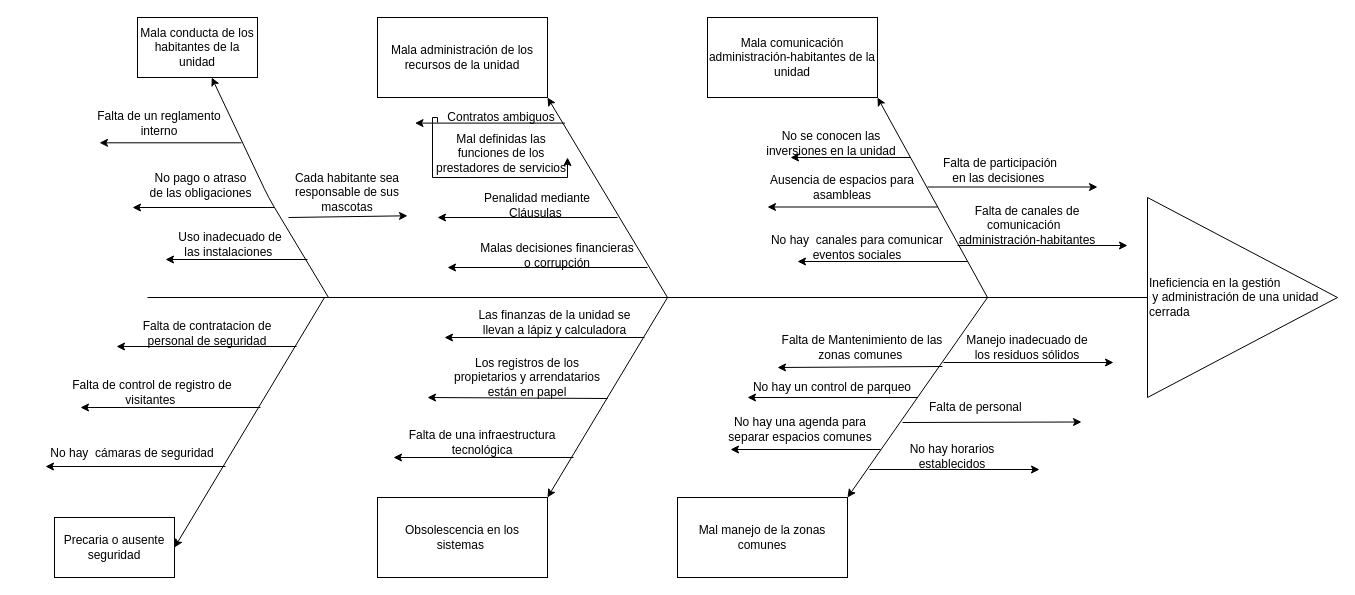
This is Fishbone.drawio from mnivia/Administracion-unidades-cerradas, a draw.io file, before an edit. Source tidied: cells renumbered, new cells numbered last; positions are measured from the earlier drawing's top-left corner, leaving out a move shared by most shapes. Both pictures are drawn from the tidied source at 100%, with x=0, y=0 at pixel (17, 17).
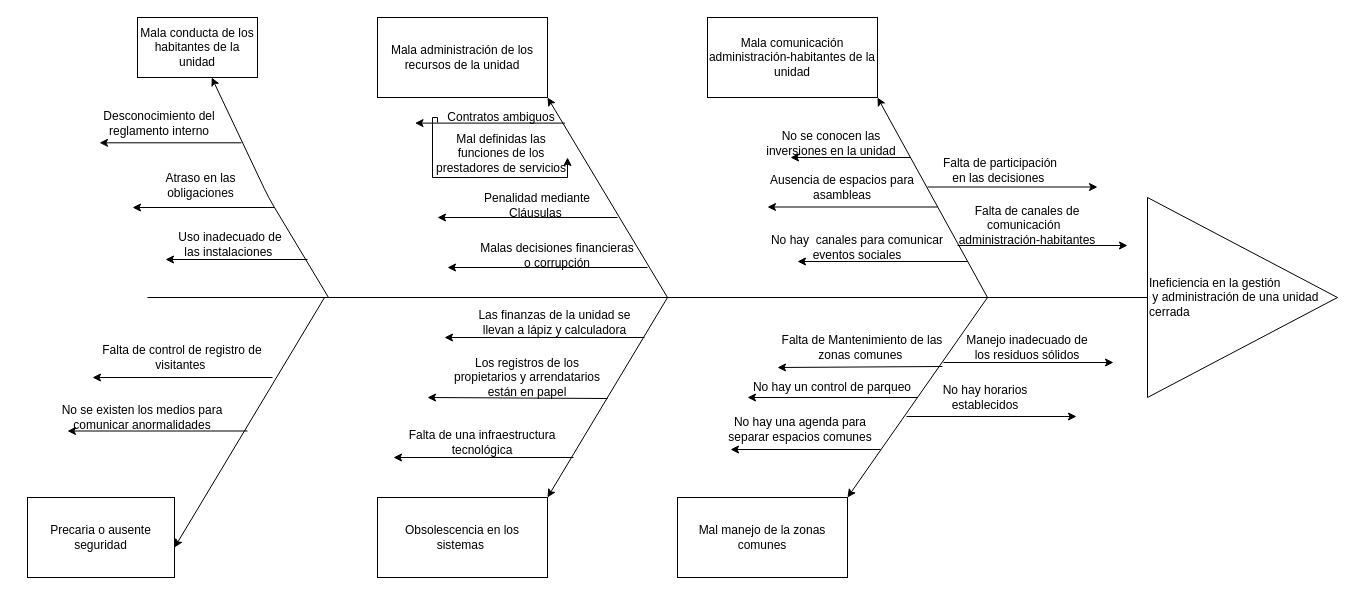
The same page after the edit.

Change to the diagram source:
```diff
@@
-    <mxCell id="39" style="endArrow=classic;html=1;" parent="1" edge="1">
-      <mxGeometry relative="1" as="geometry">
-        <mxPoint x="279" y="329" as="sourcePoint" />
-        <mxPoint x="99" y="329" as="targetPoint" />
-      </mxGeometry>
-    </mxCell>
     <mxCell id="40" style="endArrow=classic;html=1;" parent="1" edge="1">
       <mxGeometry relative="1" as="geometry">
-        <mxPoint x="243" y="390" as="sourcePoint" />
-        <mxPoint x="63" y="390" as="targetPoint" />
+        <mxPoint x="255" y="360" as="sourcePoint" />
+        <mxPoint x="75" y="360" as="targetPoint" />
       </mxGeometry>
     </mxCell>
-    <mxCell id="41" style="endArrow=classic;html=1;" parent="1" edge="1">
-      <mxGeometry relative="1" as="geometry">
-        <mxPoint x="208" y="449" as="sourcePoint" />
-        <mxPoint x="28" y="449" as="targetPoint" />
-      </mxGeometry>
-    </mxCell>
@@
     <mxCell id="43" value="Precaria o ausente seguridad" style="rounded=0;whiteSpace=wrap;html=1;" parent="1" vertex="1">
-      <mxGeometry x="37" y="500" width="120" height="60" as="geometry" />
+      <mxGeometry x="10" y="480" width="147" height="80" as="geometry" />
     </mxCell>
-    <mxCell id="44" value="No hay&amp;nbsp; cámaras de seguridad" style="text;html=1;strokeColor=none;fillColor=none;align=center;verticalAlign=middle;whiteSpace=wrap;rounded=0;" parent="1" vertex="1">
-      <mxGeometry y="426" width="230" height="20" as="geometry" />
-    </mxCell>
     <mxCell id="45" value="Falta de control de registro de visitantes&amp;nbsp;" style="text;html=1;strokeColor=none;fillColor=none;align=center;verticalAlign=middle;whiteSpace=wrap;rounded=0;" parent="1" vertex="1">
-      <mxGeometry x="30" y="365" width="210" height="20" as="geometry" />
+      <mxGeometry x="60" y="330" width="210" height="20" as="geometry" />
     </mxCell>
-    <mxCell id="46" value="Falta de contratacion de personal de seguridad" style="text;html=1;strokeColor=none;fillColor=none;align=center;verticalAlign=middle;whiteSpace=wrap;rounded=0;" parent="1" vertex="1">
-      <mxGeometry x="120" y="306" width="140" height="20" as="geometry" />
-    </mxCell>
@@
     <mxCell id="49" value="No hay horarios establecidos" style="text;html=1;strokeColor=none;fillColor=none;align=center;verticalAlign=middle;whiteSpace=wrap;rounded=0;" parent="1" vertex="1">
-      <mxGeometry x="860" y="429" width="150" height="20" as="geometry" />
+      <mxGeometry x="893" y="370" width="150" height="20" as="geometry" />
     </mxCell>
-    <mxCell id="50" style="endArrow=classic;html=1;" parent="1" edge="1">
-      <mxGeometry relative="1" as="geometry">
-        <mxPoint x="885" y="405" as="sourcePoint" />
-        <mxPoint x="1064" y="404.5" as="targetPoint" />
-      </mxGeometry>
-    </mxCell>
-    <mxCell id="51" value="Falta de personal&amp;nbsp;" style="text;html=1;strokeColor=none;fillColor=none;align=center;verticalAlign=middle;whiteSpace=wrap;rounded=0;" parent="1" vertex="1">
-      <mxGeometry x="900" y="380" width="120" height="20" as="geometry" />
-    </mxCell>
@@
-    <mxCell id="55" value="Falta de un reglamento interno" style="text;html=1;strokeColor=none;fillColor=none;align=center;verticalAlign=middle;whiteSpace=wrap;rounded=0;" parent="1" vertex="1">
+    <mxCell id="55" value="Desconocimiento del reglamento interno" style="text;html=1;strokeColor=none;fillColor=none;align=center;verticalAlign=middle;whiteSpace=wrap;rounded=0;" parent="1" vertex="1">
       <mxGeometry x="70" y="96" width="144" height="20" as="geometry" />
     </mxCell>
@@
-    <mxCell id="57" value="No pago o atraso de las obligaciones" style="text;html=1;strokeColor=none;fillColor=none;align=center;verticalAlign=middle;whiteSpace=wrap;rounded=0;" parent="1" vertex="1">
+    <mxCell id="57" value="Atraso en las obligaciones" style="text;html=1;strokeColor=none;fillColor=none;align=center;verticalAlign=middle;whiteSpace=wrap;rounded=0;" parent="1" vertex="1">
       <mxGeometry x="130" y="158" width="107" height="20" as="geometry" />
     </mxCell>
@@
     <mxCell id="62" style="endArrow=classic;html=1;" parent="1" edge="1">
       <mxGeometry relative="1" as="geometry">
-        <mxPoint x="852" y="452" as="sourcePoint" />
-        <mxPoint x="1022" y="452" as="targetPoint" />
+        <mxPoint x="889" y="399" as="sourcePoint" />
+        <mxPoint x="1059" y="399" as="targetPoint" />
       </mxGeometry>
     </mxCell>
-    <mxCell id="63" style="endArrow=classic;html=1;" parent="1" edge="1">
-      <mxGeometry relative="1" as="geometry">
-        <mxPoint x="271" y="200" as="sourcePoint" />
-        <mxPoint x="390" y="198.3" as="targetPoint" />
-      </mxGeometry>
-    </mxCell>
-    <mxCell id="64" value="Cada habitante sea responsable de sus mascotas&lt;br&gt;" style="text;html=1;strokeColor=none;fillColor=none;align=center;verticalAlign=middle;whiteSpace=wrap;rounded=0;" parent="1" vertex="1">
-      <mxGeometry x="260" y="160" width="140" height="30" as="geometry" />
-    </mxCell>
@@
+    <mxCell id="66" value="No se existen los medios para comunicar anormalidades" style="text;html=1;strokeColor=none;fillColor=none;align=center;verticalAlign=middle;whiteSpace=wrap;rounded=0;" parent="1" vertex="1">
+      <mxGeometry x="20" y="390" width="210" height="20" as="geometry" />
+    </mxCell>
+    <mxCell id="67" style="endArrow=classic;html=1;" parent="1" edge="1">
+      <mxGeometry relative="1" as="geometry">
+        <mxPoint x="230" y="413.5" as="sourcePoint" />
+        <mxPoint x="50" y="413.5" as="targetPoint" />
+      </mxGeometry>
+    </mxCell>
```
